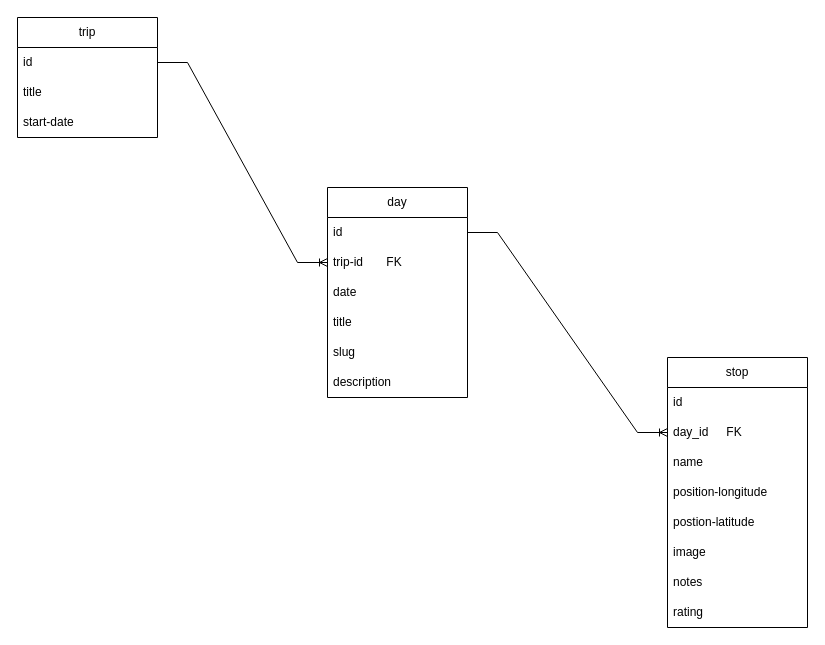
The draw.io diagram back/db-schema.drawio in andreadebortoli2/travel-app, before the edit. Source tidied: cells renumbered, new cells numbered last; positions are measured from the earlier drawing's top-left corner, leaving out a move shared by most shapes. Both pictures are drawn from the tidied source at 100%, with x=0, y=0 at pixel (17, 17).
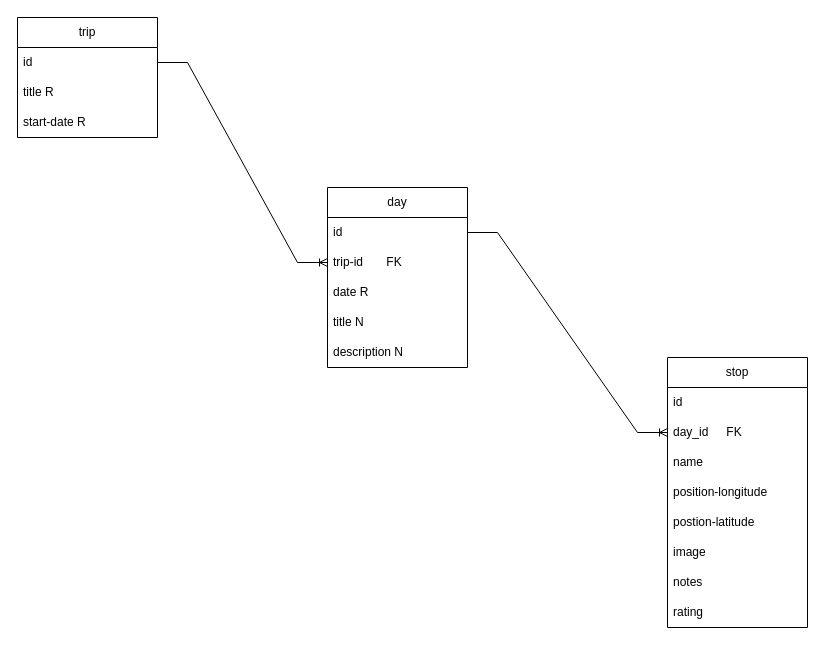
The same diagram, later.

Commit message (it also covers changes not shown here):
add create new day front + back , edit day data structure (remove slug)

Unchanged cells that the change refers to:
```xml
<mxCell id="2" value="trip" style="swimlane;fontStyle=0;horizontal=1;startSize=30;whiteSpace=wrap;html=1;" parent="1" vertex="1">
  <mxGeometry width="140" height="120" as="geometry" />
</mxCell>
```

Change to the diagram source:
```diff
@@
-    <mxCell id="4" value="title" style="text;strokeColor=none;fillColor=none;align=left;verticalAlign=middle;spacingLeft=4;spacingRight=4;overflow=hidden;whiteSpace=wrap;html=1;" parent="2" vertex="1">
+    <mxCell id="4" value="title R" style="text;strokeColor=none;fillColor=none;align=left;verticalAlign=middle;spacingLeft=4;spacingRight=4;overflow=hidden;whiteSpace=wrap;html=1;" parent="2" vertex="1">
       <mxGeometry y="60" width="140" height="30" as="geometry" />
     </mxCell>
-    <mxCell id="5" value="start-date" style="text;strokeColor=none;fillColor=none;align=left;verticalAlign=middle;spacingLeft=4;spacingRight=4;overflow=hidden;whiteSpace=wrap;html=1;" parent="2" vertex="1">
+    <mxCell id="5" value="start-date R" style="text;strokeColor=none;fillColor=none;align=left;verticalAlign=middle;spacingLeft=4;spacingRight=4;overflow=hidden;whiteSpace=wrap;html=1;" parent="2" vertex="1">
       <mxGeometry y="90" width="140" height="30" as="geometry" />
     </mxCell>
     <mxCell id="6" value="day" style="swimlane;fontStyle=0;horizontal=1;startSize=30;whiteSpace=wrap;html=1;" parent="1" vertex="1">
-      <mxGeometry x="310" y="170" width="140" height="210" as="geometry" />
+      <mxGeometry x="310" y="170" width="140" height="180" as="geometry" />
     </mxCell>
@@
-    <mxCell id="9" value="date" style="text;strokeColor=none;fillColor=none;align=left;verticalAlign=middle;spacingLeft=4;spacingRight=4;overflow=hidden;whiteSpace=wrap;html=1;" parent="6" vertex="1">
+    <mxCell id="9" value="date R" style="text;strokeColor=none;fillColor=none;align=left;verticalAlign=middle;spacingLeft=4;spacingRight=4;overflow=hidden;whiteSpace=wrap;html=1;" parent="6" vertex="1">
       <mxGeometry y="90" width="140" height="30" as="geometry" />
     </mxCell>
-    <mxCell id="10" value="title" style="text;strokeColor=none;fillColor=none;align=left;verticalAlign=middle;spacingLeft=4;spacingRight=4;overflow=hidden;whiteSpace=wrap;html=1;" parent="6" vertex="1">
+    <mxCell id="10" value="title N" style="text;strokeColor=none;fillColor=none;align=left;verticalAlign=middle;spacingLeft=4;spacingRight=4;overflow=hidden;whiteSpace=wrap;html=1;" parent="6" vertex="1">
       <mxGeometry y="120" width="140" height="30" as="geometry" />
     </mxCell>
-    <mxCell id="11" value="slug" style="text;strokeColor=none;fillColor=none;align=left;verticalAlign=middle;spacingLeft=4;spacingRight=4;overflow=hidden;whiteSpace=wrap;html=1;" parent="6" vertex="1">
-      <mxGeometry y="150" width="140" height="30" as="geometry" />
-    </mxCell>
-    <mxCell id="12" value="description" style="text;strokeColor=none;fillColor=none;align=left;verticalAlign=middle;spacingLeft=4;spacingRight=4;overflow=hidden;whiteSpace=wrap;html=1;" parent="6" vertex="1">
-      <mxGeometry y="180" width="140" height="30" as="geometry" />
+    <mxCell id="12" value="description N" style="text;strokeColor=none;fillColor=none;align=left;verticalAlign=middle;spacingLeft=4;spacingRight=4;overflow=hidden;whiteSpace=wrap;html=1;" parent="6" vertex="1">
+      <mxGeometry y="150" width="140" height="30" as="geometry" />
     </mxCell>
```
